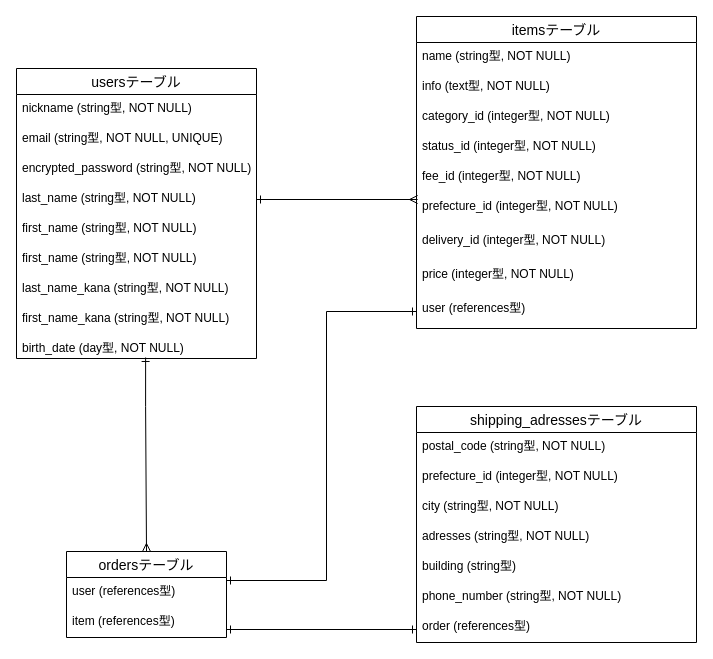
Before: ER.dio in yunyunjp/furima-35190, a draw.io diagram. Source tidied: cells renumbered, new cells numbered last; positions are measured from the earlier drawing's top-left corner, leaving out a move shared by most shapes. Both pictures are drawn from the tidied source at 100%, with x=0, y=0 at pixel (16, 16).
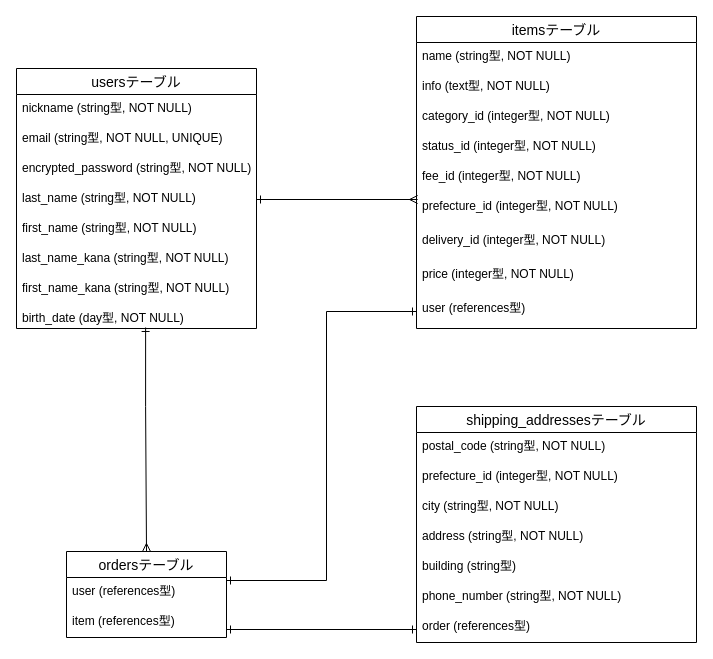
The same page after the edit.

Commit message (it also covers changes not shown here):
データベース設計修正2

Diff of the diagram source:
```diff
@@
     <mxCell id="2" value="usersテーブル" style="swimlane;fontStyle=0;horizontal=1;startSize=26;align=center;fontSize=14;" parent="1" vertex="1">
-      <mxGeometry y="52" width="240" height="290" as="geometry" />
+      <mxGeometry y="52" width="240" height="260" as="geometry" />
     </mxCell>
@@
-    <mxCell id="8" value="first_name (string型, NOT NULL)" style="text;strokeColor=none;fillColor=none;spacingLeft=4;spacingRight=4;overflow=hidden;fontSize=12;" parent="2" vertex="1">
-      <mxGeometry y="176" width="240" height="30" as="geometry" />
-    </mxCell>
     <mxCell id="9" value="last_name_kana (string型, NOT NULL)" style="text;strokeColor=none;fillColor=none;spacingLeft=4;spacingRight=4;overflow=hidden;fontSize=12;" parent="2" vertex="1">
-      <mxGeometry y="206" width="240" height="30" as="geometry" />
+      <mxGeometry y="176" width="240" height="30" as="geometry" />
     </mxCell>
     <mxCell id="10" value="first_name_kana (string型, NOT NULL)" style="text;strokeColor=none;fillColor=none;spacingLeft=4;spacingRight=4;overflow=hidden;fontSize=12;" parent="2" vertex="1">
-      <mxGeometry y="236" width="240" height="30" as="geometry" />
+      <mxGeometry y="206" width="240" height="30" as="geometry" />
     </mxCell>
     <mxCell id="11" value="birth_date (day型, NOT NULL)" style="text;strokeColor=none;fillColor=none;spacingLeft=4;spacingRight=4;overflow=hidden;points=[[0,0.5],[1,0.5]];portConstraint=eastwest;fontSize=12;" parent="2" vertex="1">
-      <mxGeometry y="266" width="240" height="24" as="geometry" />
+      <mxGeometry y="236" width="240" height="24" as="geometry" />
     </mxCell>
@@
-    <mxCell id="25" value="shipping_adressesテーブル" style="swimlane;fontStyle=0;horizontal=1;startSize=26;align=center;fontSize=14;" parent="1" vertex="1">
+    <mxCell id="25" value="shipping_addressesテーブル" style="swimlane;fontStyle=0;horizontal=1;startSize=26;align=center;fontSize=14;" parent="1" vertex="1">
       <mxGeometry x="400" y="390" width="280" height="236" as="geometry" />
     </mxCell>
@@
-    <mxCell id="29" value="adresses (string型, NOT NULL)" style="text;strokeColor=none;fillColor=none;spacingLeft=4;spacingRight=4;overflow=hidden;fontSize=12;" parent="25" vertex="1">
+    <mxCell id="29" value="address (string型, NOT NULL)" style="text;strokeColor=none;fillColor=none;spacingLeft=4;spacingRight=4;overflow=hidden;fontSize=12;" parent="25" vertex="1">
       <mxGeometry y="116" width="280" height="30" as="geometry" />
     </mxCell>
```
